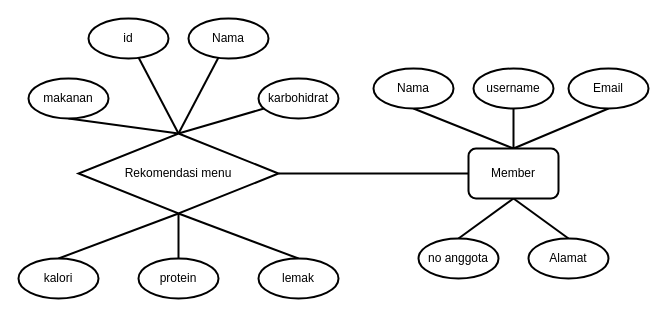
The draw.io diagram page "ERD Menu" (5 of 7) of Design Perancangan.drawio in wrochcode/tugasakhir, before the edit. Source tidied: cells renumbered, new cells numbered last; positions are measured from the earlier drawing's top-left corner, leaving out a move shared by most shapes. Both pictures are drawn from the tidied source at 100%, with x=0, y=0 at pixel (18, 18).
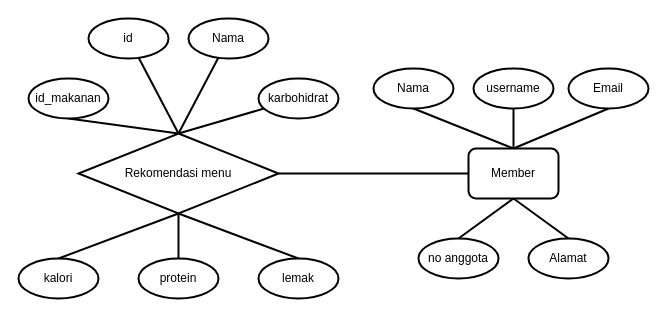
The same diagram, later.

Change to the diagram source:
```diff
@@
-    <mxCell id="27" value="makanan" style="ellipse;whiteSpace=wrap;html=1;strokeWidth=2;" parent="1" vertex="1">
+    <mxCell id="27" value="id_makanan" style="ellipse;whiteSpace=wrap;html=1;strokeWidth=2;" parent="1" vertex="1">
       <mxGeometry x="10" y="60" width="80" height="40" as="geometry" />
     </mxCell>
```
